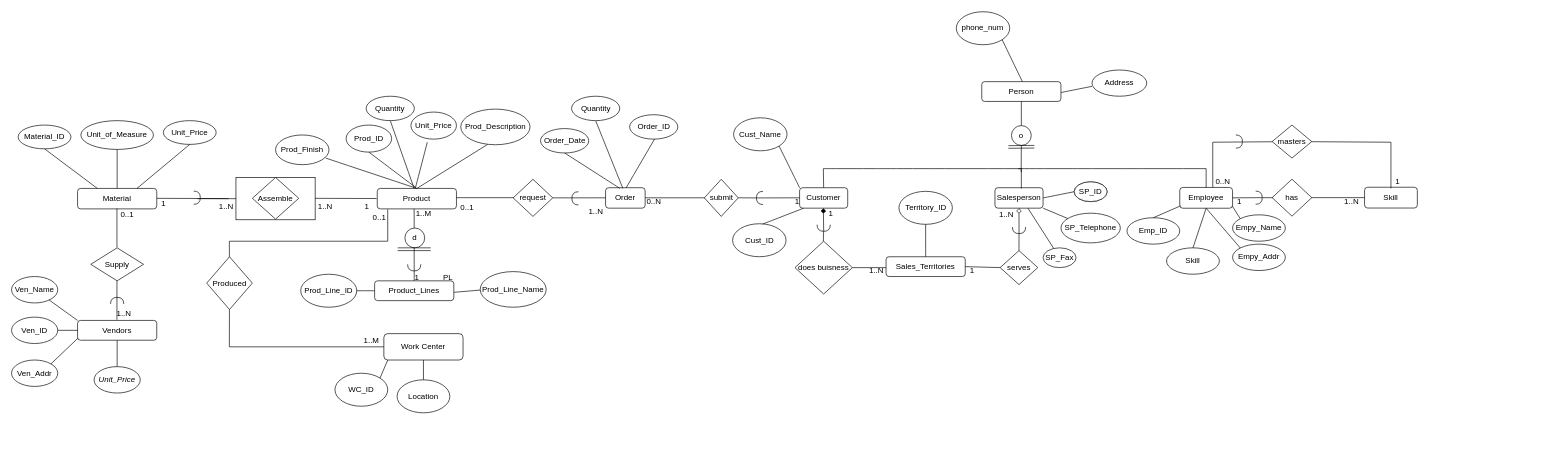
Before: Buisness Programming/Project Files/Pine Valley.drawio in Josiahidk/School, a draw.io diagram. Source tidied: cells renumbered, new cells numbered last; positions are measured from the earlier drawing's top-left corner, leaving out a move shared by most shapes. Both pictures are drawn from the tidied source at 66%, with x=0, y=0 at pixel (11, 11).
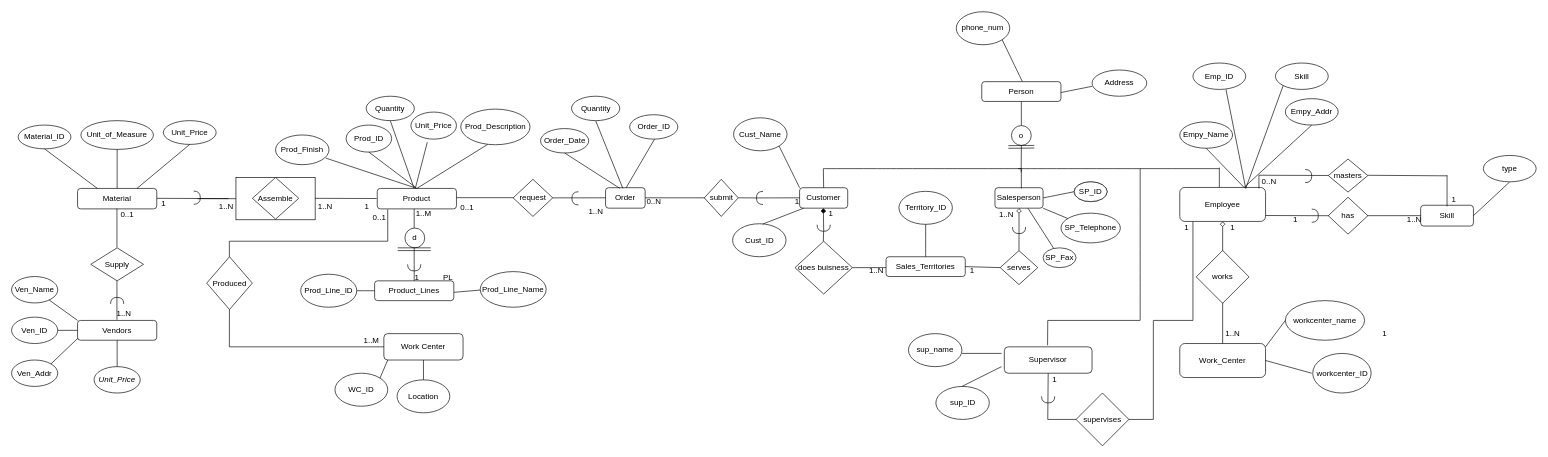
After the change.

Commit message (it also covers changes not shown here):
Pine Valley ERD V1.0

What changed in the source:
```diff
@@
     <mxCell id="132" style="endArrow=none;html=1;rounded=0;startSize=14;endSize=14;sourcePerimeterSpacing=8;targetPerimeterSpacing=8;curved=1;" parent="1" edge="1">
       <mxGeometry relative="1" as="geometry">
         <mxPoint x="1525" y="238" as="sourcePoint" />
-        <mxPoint x="1810" y="238" as="targetPoint" />
+        <mxPoint x="1830" y="238" as="targetPoint" />
       </mxGeometry>
     </mxCell>
     <mxCell id="133" style="endArrow=none;html=1;rounded=0;" parent="1" edge="1">
       <mxGeometry relative="1" as="geometry">
-        <mxPoint x="1810" y="238" as="sourcePoint" />
-        <mxPoint x="1810" y="268" as="targetPoint" />
+        <mxPoint x="1830" y="236.5" as="sourcePoint" />
+        <mxPoint x="1830" y="266.5" as="targetPoint" />
       </mxGeometry>
     </mxCell>
     <mxCell id="134" value="Employee" style="rounded=1;whiteSpace=wrap;html=1;" parent="1" vertex="1">
-      <mxGeometry x="1770" y="266.5" width="80" height="31.5" as="geometry" />
+      <mxGeometry x="1770" y="266.5" width="130" height="51.5" as="geometry" />
     </mxCell>
     <mxCell id="135" value="Emp_ID" style="ellipse;whiteSpace=wrap;html=1;" parent="1" vertex="1">
-      <mxGeometry x="1690" y="312.4" width="80" height="40" as="geometry" />
+      <mxGeometry x="1790" y="78" width="80" height="40" as="geometry" />
     </mxCell>
     <mxCell id="136" value="Skill" style="ellipse;whiteSpace=wrap;html=1;" parent="1" vertex="1">
-      <mxGeometry x="1750" y="358" width="80" height="40" as="geometry" />
+      <mxGeometry x="1915" y="78" width="80" height="40" as="geometry" />
     </mxCell>
     <mxCell id="137" value="Empy_Addr" style="ellipse;whiteSpace=wrap;html=1;" parent="1" vertex="1">
-      <mxGeometry x="1850" y="352.4" width="80" height="40" as="geometry" />
+      <mxGeometry x="1930" y="132" width="80" height="40" as="geometry" />
     </mxCell>
     <mxCell id="138" value="Empy_Name" style="ellipse;whiteSpace=wrap;html=1;" parent="1" vertex="1">
-      <mxGeometry x="1850" y="308" width="80" height="40" as="geometry" />
+      <mxGeometry x="1770" y="167.1" width="80" height="40" as="geometry" />
     </mxCell>
-    <mxCell id="139" style="endArrow=none;html=1;rounded=0;entryX=0.013;entryY=0.889;entryDx=0;entryDy=0;exitX=0.5;exitY=0;exitDx=0;exitDy=0;entryPerimeter=0;" parent="1" edge="1" source="135" target="134">
-      <mxGeometry relative="1" as="geometry" />
+    <mxCell id="139" style="endArrow=none;html=1;rounded=0;" parent="1" edge="1">
+      <mxGeometry relative="1" as="geometry">
+        <mxPoint x="1840" y="118" as="sourcePoint" />
+        <mxPoint x="1870" y="268" as="targetPoint" />
+      </mxGeometry>
     </mxCell>
-    <mxCell id="140" style="endArrow=none;html=1;rounded=0;" parent="1" edge="1">
+    <mxCell id="140" style="endArrow=none;html=1;rounded=0;entryX=0;entryY=1;entryDx=0;entryDy=0;" parent="1" edge="1" target="136">
       <mxGeometry relative="1" as="geometry">
-        <mxPoint x="1790" y="358" as="sourcePoint" />
-        <mxPoint x="1810" y="298" as="targetPoint" />
+        <mxPoint x="1870" y="268" as="sourcePoint" />
       </mxGeometry>
     </mxCell>
-    <mxCell id="141" style="endArrow=none;html=1;rounded=0;entryX=0.5;entryY=1;entryDx=0;entryDy=0;exitX=0;exitY=0;exitDx=0;exitDy=0;" parent="1" edge="1" source="137" target="134">
+    <mxCell id="141" style="endArrow=none;html=1;rounded=0;entryX=0.75;entryY=0;entryDx=0;entryDy=0;exitX=0.5;exitY=1;exitDx=0;exitDy=0;" parent="1" edge="1" source="137" target="134">
       <mxGeometry relative="1" as="geometry" />
     </mxCell>
-    <mxCell id="142" style="endArrow=none;html=1;rounded=0;entryX=0.994;entryY=0.889;entryDx=0;entryDy=0;exitX=0;exitY=0;exitDx=0;exitDy=0;entryPerimeter=0;" parent="1" edge="1" source="138" target="134">
+    <mxCell id="142" style="endArrow=none;html=1;rounded=0;entryX=0.75;entryY=0;entryDx=0;entryDy=0;exitX=0.5;exitY=1;exitDx=0;exitDy=0;" parent="1" edge="1" source="138" target="134">
       <mxGeometry relative="1" as="geometry" />
     </mxCell>
     <mxCell id="143" value="Skill" style="rounded=1;whiteSpace=wrap;html=1;" parent="1" vertex="1">
-      <mxGeometry x="2050" y="266.2" width="80" height="31.5" as="geometry" />
+      <mxGeometry x="2135" y="293.5" width="80" height="31.5" as="geometry" />
     </mxCell>
@@
     <mxCell id="145" value="has" style="rhombus;whiteSpace=wrap;html=1;" parent="1" vertex="1">
-      <mxGeometry x="1910" y="254" width="60" height="56" as="geometry" />
+      <mxGeometry x="1995" y="281.3" width="60" height="56" as="geometry" />
     </mxCell>
     <mxCell id="146" value="1" style="text;html=1;align=center;verticalAlign=middle;strokeColor=none;fillColor=none;" parent="1" vertex="1">
-      <mxGeometry x="1845" y="273" width="30" height="30" as="geometry" />
+      <mxGeometry x="1930" y="300.3" width="30" height="30" as="geometry" />
     </mxCell>
     <mxCell id="147" value="1..N" style="text;html=1;align=center;verticalAlign=middle;strokeColor=none;fillColor=none;" parent="1" vertex="1">
-      <mxGeometry x="2005" y="273" width="50" height="30" as="geometry" />
+      <mxGeometry x="2100" y="300.3" width="50" height="30" as="geometry" />
     </mxCell>
     <mxCell id="148" style="shape=requiredInterface;html=1;verticalLabelPosition=bottom;sketch=0;rotation=0;" parent="1" vertex="1">
-      <mxGeometry x="1885" y="272" width="10" height="20" as="geometry" />
+      <mxGeometry x="1970" y="299.3" width="10" height="20" as="geometry" />
     </mxCell>
-    <mxCell id="149" style="endArrow=none;html=1;rounded=0;entryX=1;entryY=0.5;entryDx=0;entryDy=0;exitX=1;exitY=0.5;exitDx=0;exitDy=0;entryPerimeter=0;" parent="1" edge="1" source="134" target="148">
-      <mxGeometry relative="1" as="geometry" />
+    <mxCell id="149" style="endArrow=none;html=1;rounded=0;entryX=1;entryY=0.5;entryDx=0;entryDy=0;entryPerimeter=0;" parent="1" edge="1" target="148">
+      <mxGeometry relative="1" as="geometry">
+        <mxPoint x="1900" y="309" as="sourcePoint" />
+      </mxGeometry>
     </mxCell>
     <mxCell id="150" style="endArrow=none;html=1;rounded=0;" parent="1" edge="1">
       <mxGeometry relative="1" as="geometry">
-        <mxPoint x="2090" y="268" as="sourcePoint" />
-        <mxPoint x="2090" y="198" as="targetPoint" />
+        <mxPoint x="2175" y="295.3" as="sourcePoint" />
+        <mxPoint x="2175" y="248" as="targetPoint" />
       </mxGeometry>
     </mxCell>
-    <mxCell id="151" style="endArrow=none;html=1;rounded=0;startArrow=none;" parent="1" edge="1" source="153">
+    <mxCell id="151" style="endArrow=none;html=1;rounded=0;startArrow=none;" parent="1" edge="1">
       <mxGeometry relative="1" as="geometry">
-        <mxPoint x="2090" y="198" as="targetPoint" />
+        <mxPoint x="2055" y="248.1" as="sourcePoint" />
+        <mxPoint x="2175.2" y="248.9" as="targetPoint" />
       </mxGeometry>
     </mxCell>
     <mxCell id="152" style="endArrow=none;html=1;rounded=0;" parent="1" edge="1">
       <mxGeometry relative="1" as="geometry">
-        <mxPoint x="1820" y="198" as="sourcePoint" />
-        <mxPoint x="1820" y="266.2" as="targetPoint" />
+        <mxPoint x="1890" y="248" as="sourcePoint" />
+        <mxPoint x="1890" y="268" as="targetPoint" />
       </mxGeometry>
     </mxCell>
     <mxCell id="153" value="masters" style="rhombus;whiteSpace=wrap;html=1;" parent="1" vertex="1">
-      <mxGeometry x="1910" y="172" width="60" height="50" as="geometry" />
+      <mxGeometry x="1995" y="223.5" width="60" height="50" as="geometry" />
     </mxCell>
-    <mxCell id="154" style="endArrow=none;html=1;rounded=0;" parent="1" edge="1" target="153">
+    <mxCell id="154" style="endArrow=none;html=1;rounded=0;startArrow=none;" parent="1" edge="1" target="153">
       <mxGeometry relative="1" as="geometry">
-        <mxPoint x="1820" y="198" as="sourcePoint" />
+        <mxPoint x="1890" y="248" as="sourcePoint" />
       </mxGeometry>
     </mxCell>
-    <mxCell id="155" value="0..N" style="text;html=1;align=center;verticalAlign=middle;strokeColor=none;fillColor=none;" parent="1" vertex="1">
-      <mxGeometry x="1810" y="243" width="50" height="30" as="geometry" />
-    </mxCell>
     <mxCell id="156" value="1" style="text;html=1;align=center;verticalAlign=middle;strokeColor=none;fillColor=none;" parent="1" vertex="1">
-      <mxGeometry x="2085" y="243" width="30" height="30" as="geometry" />
+      <mxGeometry x="2170" y="270.3" width="30" height="30" as="geometry" />
     </mxCell>
     <mxCell id="157" style="shape=requiredInterface;html=1;verticalLabelPosition=bottom;sketch=0;rotation=0;" parent="1" vertex="1">
-      <mxGeometry x="1855" y="187" width="10" height="20" as="geometry" />
+      <mxGeometry x="1960" y="239.3" width="10" height="20" as="geometry" />
     </mxCell>
@@
+    <mxCell id="155" value="0..N" style="text;html=1;align=center;verticalAlign=middle;strokeColor=none;fillColor=none;" parent="1" vertex="1">
+      <mxGeometry x="1880" y="243" width="50" height="30" as="geometry" />
+    </mxCell>
+    <mxCell id="164" value="Work_Center" style="rounded=1;whiteSpace=wrap;html=1;" parent="1" vertex="1">
+      <mxGeometry x="1770" y="503" width="130" height="51.5" as="geometry" />
+    </mxCell>
+    <mxCell id="165" style="endArrow=diamond;html=1;rounded=0;entryX=0.5;entryY=1;entryDx=0;entryDy=0;exitX=0.5;exitY=0;exitDx=0;exitDy=0;endFill=0;" parent="1" edge="1" source="164" target="134">
+      <mxGeometry relative="1" as="geometry" />
+    </mxCell>
+    <mxCell id="166" value="works" style="rhombus;whiteSpace=wrap;html=1;" parent="1" vertex="1">
+      <mxGeometry x="1795" y="362" width="80" height="80" as="geometry" />
+    </mxCell>
+    <mxCell id="167" value="1" style="text;html=1;align=center;verticalAlign=middle;strokeColor=none;fillColor=none;" parent="1" vertex="1">
+      <mxGeometry x="1835" y="313" width="30" height="30" as="geometry" />
+    </mxCell>
+    <mxCell id="168" value="1..N" style="text;html=1;align=center;verticalAlign=middle;strokeColor=none;fillColor=none;" parent="1" vertex="1">
+      <mxGeometry x="1825" y="473" width="50" height="30" as="geometry" />
+    </mxCell>
+    <mxCell id="169" value="Supervisor" style="rounded=1;whiteSpace=wrap;html=1;" parent="1" vertex="1">
+      <mxGeometry x="1504.2" y="508" width="132.9" height="40" as="geometry" />
+    </mxCell>
+    <mxCell id="170" value="1" style="text;html=1;align=center;verticalAlign=middle;strokeColor=none;fillColor=none;" parent="1" vertex="1">
+      <mxGeometry x="2065" y="473" width="30" height="30" as="geometry" />
+    </mxCell>
+    <mxCell id="171" style="endArrow=none;html=1;rounded=0;startSize=14;endSize=14;sourcePerimeterSpacing=8;targetPerimeterSpacing=8;curved=1;" parent="1" edge="1">
+      <mxGeometry relative="1" as="geometry">
+        <mxPoint x="1710" y="468" as="sourcePoint" />
+        <mxPoint x="1710" y="238" as="targetPoint" />
+      </mxGeometry>
+    </mxCell>
+    <mxCell id="172" style="endArrow=none;html=1;rounded=0;" parent="1" edge="1">
+      <mxGeometry relative="1" as="geometry">
+        <mxPoint x="1570" y="468" as="sourcePoint" />
+        <mxPoint x="1710" y="468" as="targetPoint" />
+      </mxGeometry>
+    </mxCell>
+    <mxCell id="173" style="endArrow=none;html=1;rounded=0;entryX=0.493;entryY=-0.058;entryDx=0;entryDy=0;entryPerimeter=0;" parent="1" edge="1" target="169">
+      <mxGeometry relative="1" as="geometry">
+        <mxPoint x="1570" y="468" as="sourcePoint" />
+      </mxGeometry>
+    </mxCell>
+    <mxCell id="174" style="endArrow=none;html=1;rounded=0;" parent="1" edge="1">
+      <mxGeometry relative="1" as="geometry">
+        <mxPoint x="1790" y="468" as="sourcePoint" />
+        <mxPoint x="1790" y="318" as="targetPoint" />
+      </mxGeometry>
+    </mxCell>
+    <mxCell id="175" style="endArrow=none;html=1;rounded=0;" parent="1" edge="1">
+      <mxGeometry relative="1" as="geometry">
+        <mxPoint x="1730" y="468" as="sourcePoint" />
+        <mxPoint x="1790" y="468" as="targetPoint" />
+      </mxGeometry>
+    </mxCell>
+    <mxCell id="176" style="endArrow=none;html=1;rounded=0;" parent="1" edge="1">
+      <mxGeometry relative="1" as="geometry">
+        <mxPoint x="1730" y="618" as="sourcePoint" />
+        <mxPoint x="1730" y="528" as="targetPoint" />
+      </mxGeometry>
+    </mxCell>
+    <mxCell id="177" style="endArrow=none;html=1;rounded=0;" parent="1" edge="1">
+      <mxGeometry relative="1" as="geometry">
+        <mxPoint x="1730" y="528" as="sourcePoint" />
+        <mxPoint x="1730" y="468" as="targetPoint" />
+      </mxGeometry>
+    </mxCell>
+    <mxCell id="178" style="endArrow=none;html=1;rounded=0;" parent="1" edge="1">
+      <mxGeometry relative="1" as="geometry">
+        <mxPoint x="1570" y="618" as="sourcePoint" />
+        <mxPoint x="1730" y="618" as="targetPoint" />
+      </mxGeometry>
+    </mxCell>
+    <mxCell id="179" style="endArrow=none;html=1;rounded=0;entryX=0.5;entryY=1;entryDx=0;entryDy=0;" parent="1" edge="1" target="169">
+      <mxGeometry relative="1" as="geometry">
+        <mxPoint x="1570" y="618" as="sourcePoint" />
+      </mxGeometry>
+    </mxCell>
+    <mxCell id="180" value="supervises" style="rhombus;whiteSpace=wrap;html=1;" parent="1" vertex="1">
+      <mxGeometry x="1612.9" y="578" width="80" height="80" as="geometry" />
+    </mxCell>
+    <mxCell id="181" value="1" style="text;html=1;align=center;verticalAlign=middle;strokeColor=none;fillColor=none;" parent="1" vertex="1">
+      <mxGeometry x="1765" y="313" width="30" height="30" as="geometry" />
+    </mxCell>
+    <mxCell id="182" value="1" style="text;html=1;align=center;verticalAlign=middle;strokeColor=none;fillColor=none;" parent="1" vertex="1">
+      <mxGeometry x="1565" y="543" width="30" height="30" as="geometry" />
+    </mxCell>
+    <mxCell id="183" style="shape=requiredInterface;html=1;verticalLabelPosition=bottom;sketch=0;rotation=90;" parent="1" vertex="1">
+      <mxGeometry x="1565.6" y="578" width="10" height="20" as="geometry" />
+    </mxCell>
+    <mxCell id="184" style="endArrow=none;html=1;rounded=0;" parent="1" edge="1">
+      <mxGeometry relative="1" as="geometry">
+        <mxPoint x="1440" y="518" as="sourcePoint" />
+        <mxPoint x="1500" y="518" as="targetPoint" />
+      </mxGeometry>
+    </mxCell>
+    <mxCell id="185" value="sup_name" style="ellipse;whiteSpace=wrap;html=1;hachureGap=4;" parent="1" vertex="1">
+      <mxGeometry x="1359" y="488" width="81" height="50" as="geometry" />
+    </mxCell>
+    <mxCell id="186" value="sup_ID" style="ellipse;whiteSpace=wrap;html=1;hachureGap=4;" parent="1" vertex="1">
+      <mxGeometry x="1400.5" y="568" width="81" height="50" as="geometry" />
+    </mxCell>
+    <mxCell id="187" style="endArrow=none;html=1;rounded=0;" parent="1" edge="1">
+      <mxGeometry relative="1" as="geometry">
+        <mxPoint x="1440" y="568" as="sourcePoint" />
+        <mxPoint x="1500" y="538" as="targetPoint" />
+      </mxGeometry>
+    </mxCell>
+    <mxCell id="188" value="workcenter_name" style="ellipse;whiteSpace=wrap;html=1;hachureGap=4;" parent="1" vertex="1">
+      <mxGeometry x="1930" y="438" width="120" height="60" as="geometry" />
+    </mxCell>
+    <mxCell id="189" value="workcenter_ID" style="ellipse;whiteSpace=wrap;html=1;hachureGap=4;" parent="1" vertex="1">
+      <mxGeometry x="1971.5" y="518" width="88.5" height="60" as="geometry" />
+    </mxCell>
+    <mxCell id="190" style="endArrow=none;html=1;rounded=0;" parent="1" edge="1">
+      <mxGeometry relative="1" as="geometry">
+        <mxPoint x="1900" y="508" as="sourcePoint" />
+        <mxPoint x="1930" y="468" as="targetPoint" />
+      </mxGeometry>
+    </mxCell>
+    <mxCell id="191" style="endArrow=none;html=1;rounded=0;exitX=1;exitY=0.5;exitDx=0;exitDy=0;" parent="1" edge="1" source="164">
+      <mxGeometry relative="1" as="geometry">
+        <mxPoint x="1970" y="548" as="targetPoint" />
+      </mxGeometry>
+    </mxCell>
+    <mxCell id="192" style="endArrow=none;html=1;rounded=0;exitX=1;exitY=0.5;exitDx=0;exitDy=0;" parent="1" edge="1" source="143">
+      <mxGeometry relative="1" as="geometry">
+        <mxPoint x="2270" y="258" as="targetPoint" />
+      </mxGeometry>
+    </mxCell>
+    <mxCell id="193" value="type" style="ellipse;whiteSpace=wrap;html=1;" parent="1" vertex="1">
+      <mxGeometry x="2230" y="218" width="80" height="40" as="geometry" />
+    </mxCell>
```
